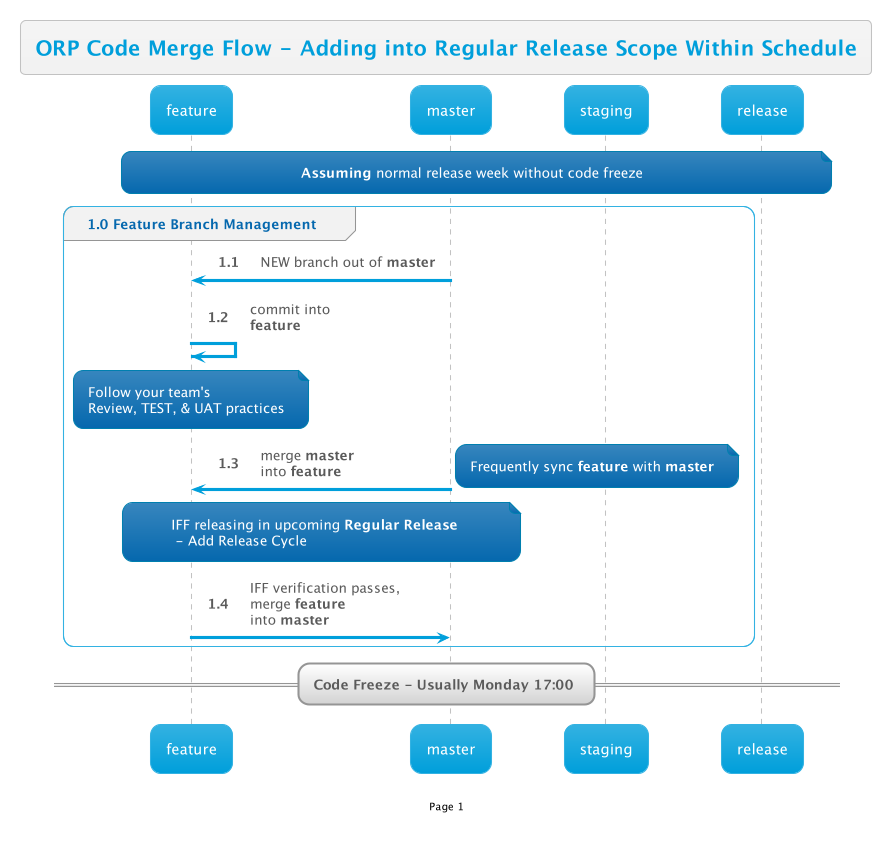
The PlantUML diagram out/RegularRelease/CodeMergeFlow/1/1.png in thetomitomo/diagrams, before a commit.
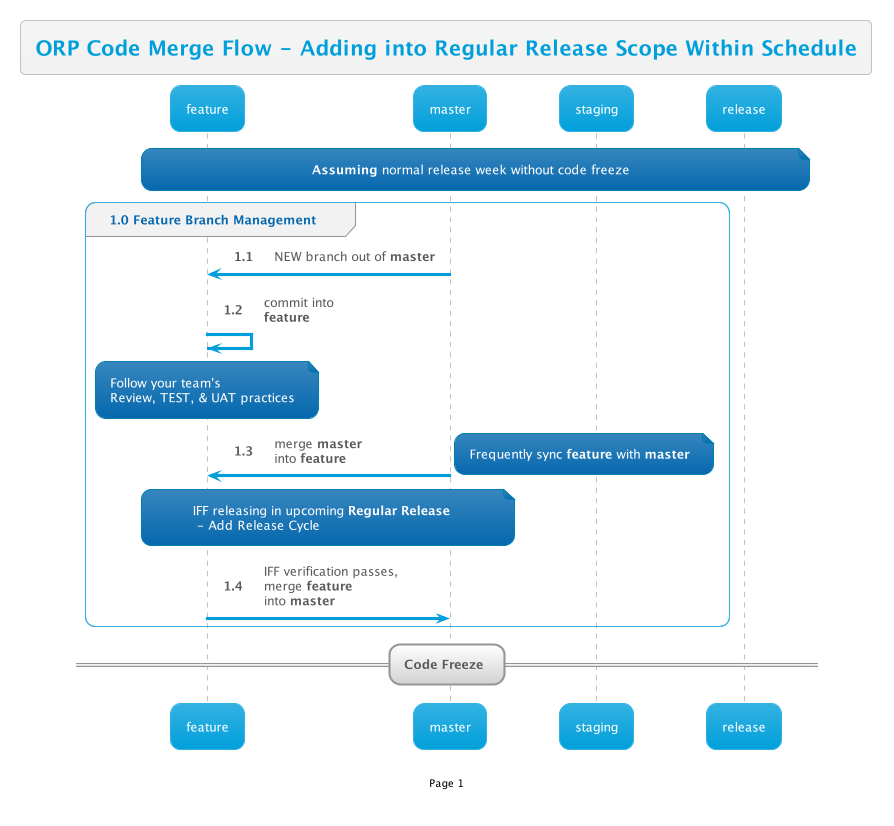
After the commit.

What changed in the source:
```diff
@@ -20,5 +20,5 @@
     feature -> master: IFF verification passes,\nmerge <b>feature</b>\ninto <b>master</b>
 end
 
-== Code Freeze - Usually Monday 17:00 ==
+== Code Freeze ==
 @enduml
```
